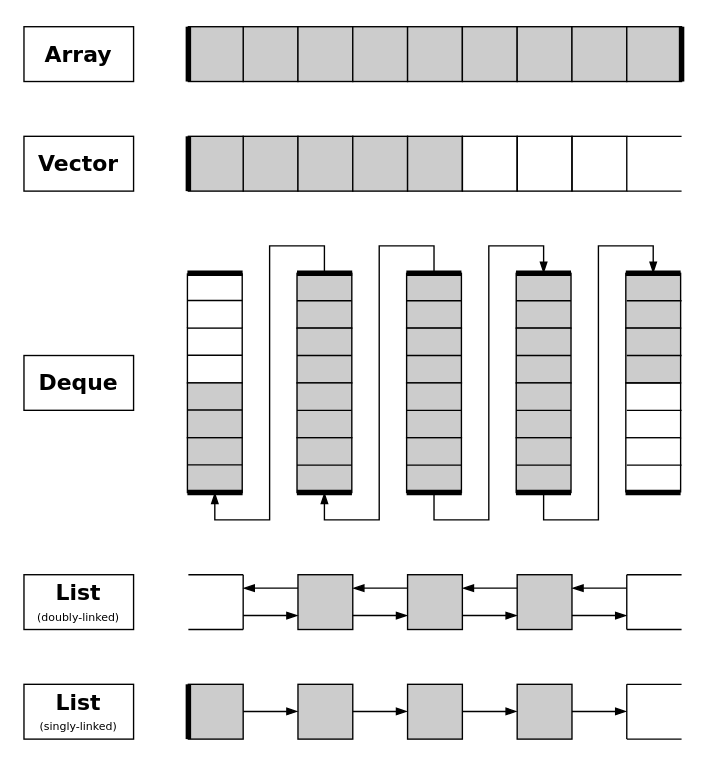
Earlier version of the draw.io diagram projects/examples/source/10.01.container.vector.deque.array.list.memory.drawio (i-s-m-mipt/Education). Source tidied: cells renumbered, new cells numbered last; positions are measured from the earlier drawing's top-left corner, leaving out a move shared by most shapes. Both pictures are drawn from the tidied source at 137%, with x=0, y=0 at pixel (23, 26).
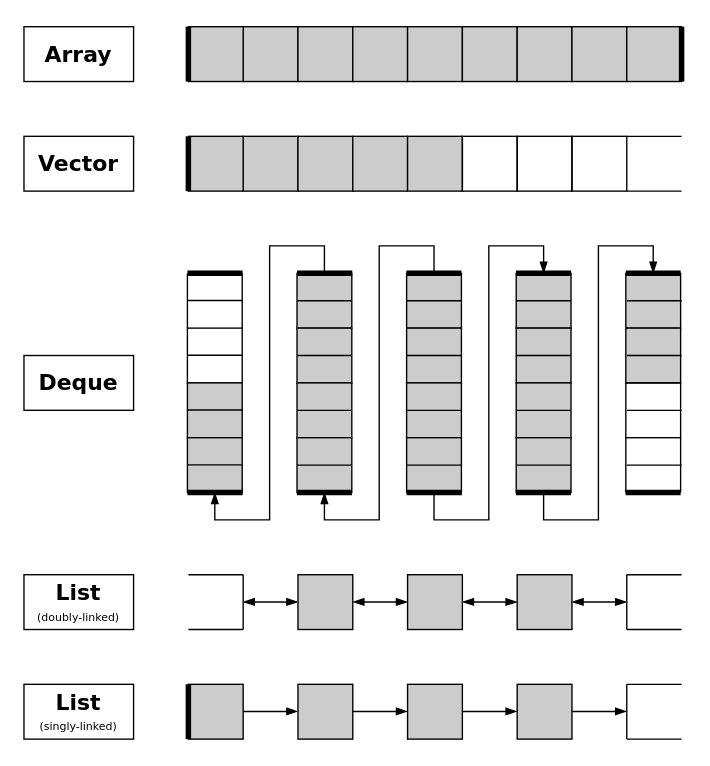
Above is the later version.

The edit, as a diff of the source:
```diff
@@
-    <mxCell id="22" style="endArrow=blockThin;html=1;rounded=0;exitX=0;exitY=0.25;exitDx=0;exitDy=0;endFill=1;" parent="1" edge="1">
+    <mxCell id="22" style="endArrow=blockThin;html=1;rounded=0;exitX=0;exitY=0.25;exitDx=0;exitDy=0;endFill=1;startArrow=blockThin;startFill=1;" parent="1" edge="1">
       <mxGeometry relative="1" as="geometry">
-        <mxPoint x="200" y="409.8" as="sourcePoint" />
-        <mxPoint x="160" y="409.8" as="targetPoint" />
+        <mxPoint x="200" y="419.9" as="sourcePoint" />
+        <mxPoint x="160" y="419.9" as="targetPoint" />
       </mxGeometry>
     </mxCell>
-    <mxCell id="23" style="endArrow=blockThin;html=1;rounded=0;endFill=1;entryX=0;entryY=0.75;entryDx=0;entryDy=0;" parent="1" edge="1">
-      <mxGeometry relative="1" as="geometry">
-        <mxPoint x="160" y="429.8" as="sourcePoint" />
-        <mxPoint x="200" y="429.8" as="targetPoint" />
-      </mxGeometry>
-    </mxCell>
-    <mxCell id="24" style="endArrow=blockThin;html=1;rounded=0;exitX=0;exitY=0.25;exitDx=0;exitDy=0;endFill=1;" parent="1" edge="1">
-      <mxGeometry relative="1" as="geometry">
-        <mxPoint x="280" y="409.8" as="sourcePoint" />
-        <mxPoint x="240" y="409.8" as="targetPoint" />
-      </mxGeometry>
-    </mxCell>
-    <mxCell id="25" style="endArrow=blockThin;html=1;rounded=0;endFill=1;entryX=0;entryY=0.75;entryDx=0;entryDy=0;" parent="1" edge="1">
-      <mxGeometry relative="1" as="geometry">
-        <mxPoint x="240" y="429.8" as="sourcePoint" />
-        <mxPoint x="280" y="429.8" as="targetPoint" />
-      </mxGeometry>
-    </mxCell>
-    <mxCell id="26" style="endArrow=blockThin;html=1;rounded=0;exitX=0;exitY=0.25;exitDx=0;exitDy=0;endFill=1;" parent="1" edge="1">
-      <mxGeometry relative="1" as="geometry">
-        <mxPoint x="360" y="409.8" as="sourcePoint" />
-        <mxPoint x="320" y="409.8" as="targetPoint" />
-      </mxGeometry>
-    </mxCell>
-    <mxCell id="27" style="endArrow=blockThin;html=1;rounded=0;endFill=1;entryX=0;entryY=0.75;entryDx=0;entryDy=0;" parent="1" edge="1">
-      <mxGeometry relative="1" as="geometry">
-        <mxPoint x="320" y="429.8" as="sourcePoint" />
-        <mxPoint x="360" y="429.8" as="targetPoint" />
-      </mxGeometry>
-    </mxCell>
-    <mxCell id="28" style="endArrow=blockThin;html=1;rounded=0;exitX=0;exitY=0.25;exitDx=0;exitDy=0;endFill=1;" parent="1" edge="1">
-      <mxGeometry relative="1" as="geometry">
-        <mxPoint x="440" y="409.8" as="sourcePoint" />
-        <mxPoint x="400" y="409.8" as="targetPoint" />
-      </mxGeometry>
-    </mxCell>
-    <mxCell id="29" style="endArrow=blockThin;html=1;rounded=0;endFill=1;entryX=0;entryY=0.75;entryDx=0;entryDy=0;" parent="1" edge="1">
-      <mxGeometry relative="1" as="geometry">
-        <mxPoint x="400" y="429.8" as="sourcePoint" />
-        <mxPoint x="440" y="429.8" as="targetPoint" />
-      </mxGeometry>
-    </mxCell>
@@
+    <mxCell id="114" style="endArrow=blockThin;html=1;rounded=0;exitX=0;exitY=0.25;exitDx=0;exitDy=0;endFill=1;startArrow=blockThin;startFill=1;fontStyle=1;" parent="1" edge="1">
+      <mxGeometry relative="1" as="geometry">
+        <mxPoint x="280" y="419.9" as="sourcePoint" />
+        <mxPoint x="240" y="419.9" as="targetPoint" />
+      </mxGeometry>
+    </mxCell>
+    <mxCell id="115" style="endArrow=blockThin;html=1;rounded=0;exitX=0;exitY=0.25;exitDx=0;exitDy=0;endFill=1;startArrow=blockThin;startFill=1;" parent="1" edge="1">
+      <mxGeometry relative="1" as="geometry">
+        <mxPoint x="360" y="419.9" as="sourcePoint" />
+        <mxPoint x="320" y="419.9" as="targetPoint" />
+      </mxGeometry>
+    </mxCell>
+    <mxCell id="116" style="endArrow=blockThin;html=1;rounded=0;exitX=0;exitY=0.25;exitDx=0;exitDy=0;endFill=1;startArrow=blockThin;startFill=1;" parent="1" edge="1">
+      <mxGeometry relative="1" as="geometry">
+        <mxPoint x="440" y="419.9" as="sourcePoint" />
+        <mxPoint x="400" y="419.9" as="targetPoint" />
+      </mxGeometry>
+    </mxCell>
```
